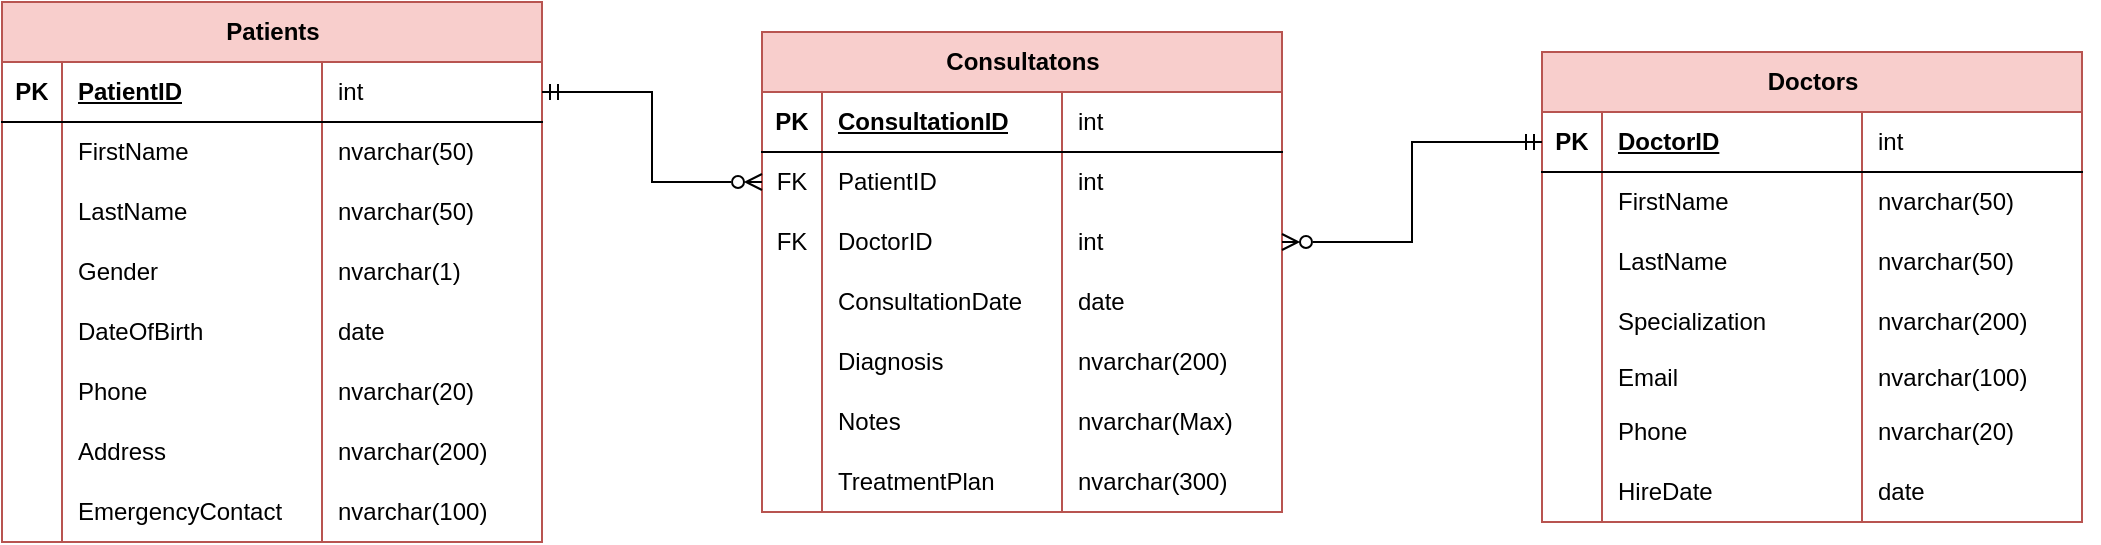
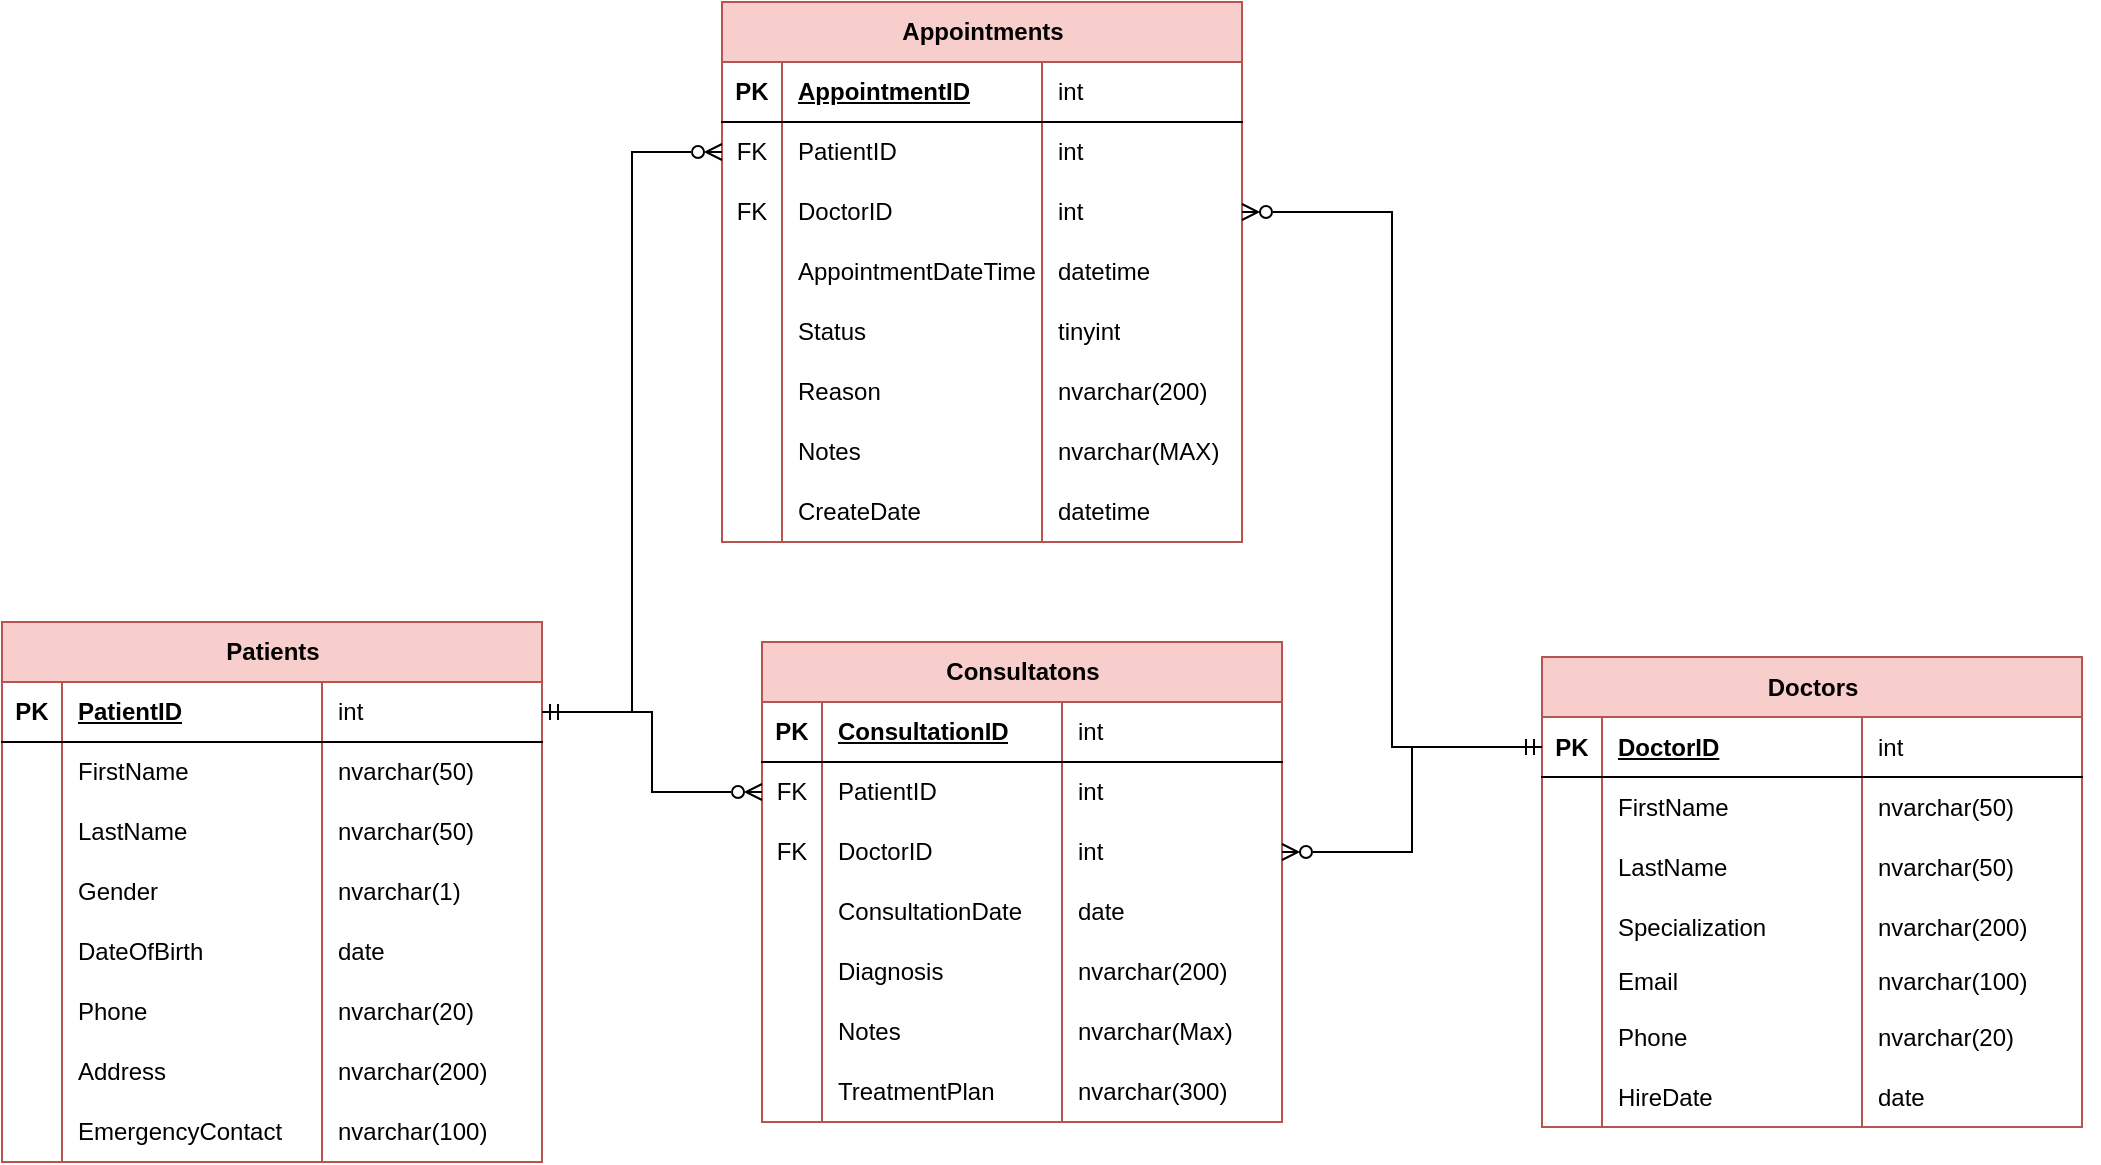
<mxfile host="Electron" agent="Mozilla/5.0 (Windows NT 10.0; Win64; x64) AppleWebKit/537.36 (KHTML, like Gecko) draw.io/26.2.15 Chrome/134.0.6998.205 Electron/35.2.1 Safari/537.36" version="26.2.15">
  <diagram name="Page-1" id="yFva1oAJzOg1S8kHQDhj">
-     <mxGraphModel dx="1358" dy="801" grid="1" gridSize="10" guides="1" tooltips="1" connect="1" arrows="1" fold="1" page="1" pageScale="1" pageWidth="1100" pageHeight="850" math="0" shadow="0">
+     <mxGraphModel dx="983" dy="1430" grid="1" gridSize="10" guides="1" tooltips="1" connect="1" arrows="1" fold="1" page="1" pageScale="1" pageWidth="1100" pageHeight="850" math="0" shadow="0">
      <root>
        <mxCell id="0" />
        <mxCell id="1" parent="0" />
        <mxCell id="ILyEDNy95jOWXQAqZEUX-17" value="Patient&lt;span style=&quot;color: light-dark(rgb(0, 0, 0), rgb(255, 255, 255)); background-color: transparent;&quot;&gt;s&lt;/span&gt;" style="shape=table;startSize=30;container=1;collapsible=1;childLayout=tableLayout;fixedRows=1;rowLines=0;fontStyle=1;align=center;resizeLast=1;html=1;labelBackgroundColor=none;fillColor=#f8cecc;strokeColor=#b85450;" parent="1" vertex="1">
-           <mxGeometry x="90" y="200" width="270" height="270" as="geometry" />
+           <mxGeometry x="90" y="230" width="270" height="270" as="geometry" />
        </mxCell>
        <mxCell id="ILyEDNy95jOWXQAqZEUX-18" value="" style="shape=tableRow;horizontal=0;startSize=0;swimlaneHead=0;swimlaneBody=0;fillColor=none;collapsible=0;dropTarget=0;points=[[0,0.5],[1,0.5]];portConstraint=eastwest;top=0;left=0;right=0;bottom=1;" parent="ILyEDNy95jOWXQAqZEUX-17" vertex="1">
          <mxGeometry y="30" width="270" height="30" as="geometry" />
        </mxCell>
        <mxCell id="ILyEDNy95jOWXQAqZEUX-19" value="PK" style="shape=partialRectangle;connectable=0;fillColor=none;top=0;left=0;bottom=0;right=0;fontStyle=1;overflow=hidden;whiteSpace=wrap;html=1;" parent="ILyEDNy95jOWXQAqZEUX-18" vertex="1">
          <mxGeometry width="30" height="30" as="geometry">
            <mxRectangle width="30" height="30" as="alternateBounds" />
          </mxGeometry>
        </mxCell>
        <mxCell id="ILyEDNy95jOWXQAqZEUX-20" value="&lt;span style=&quot;text-align: center; text-wrap-mode: nowrap;&quot;&gt;PatientID&lt;/span&gt;" style="shape=partialRectangle;connectable=0;fillColor=none;top=0;left=0;bottom=0;right=0;align=left;spacingLeft=6;fontStyle=5;overflow=hidden;whiteSpace=wrap;html=1;" parent="ILyEDNy95jOWXQAqZEUX-18" vertex="1">
          <mxGeometry x="30" width="130" height="30" as="geometry">
            <mxRectangle width="130" height="30" as="alternateBounds" />
          </mxGeometry>
        </mxCell>
        <mxCell id="ILyEDNy95jOWXQAqZEUX-21" value="int" style="shape=partialRectangle;connectable=0;fillColor=none;top=0;left=0;bottom=0;right=0;align=left;spacingLeft=6;fontStyle=0;overflow=hidden;whiteSpace=wrap;html=1;" parent="ILyEDNy95jOWXQAqZEUX-18" vertex="1">
          <mxGeometry x="160" width="110" height="30" as="geometry">
            <mxRectangle width="110" height="30" as="alternateBounds" />
          </mxGeometry>
        </mxCell>
        <mxCell id="ILyEDNy95jOWXQAqZEUX-22" value="" style="shape=tableRow;horizontal=0;startSize=0;swimlaneHead=0;swimlaneBody=0;fillColor=none;collapsible=0;dropTarget=0;points=[[0,0.5],[1,0.5]];portConstraint=eastwest;top=0;left=0;right=0;bottom=0;" parent="ILyEDNy95jOWXQAqZEUX-17" vertex="1">
          <mxGeometry y="60" width="270" height="30" as="geometry" />
        </mxCell>
        <mxCell id="ILyEDNy95jOWXQAqZEUX-23" value="" style="shape=partialRectangle;connectable=0;fillColor=none;top=0;left=0;bottom=0;right=0;editable=1;overflow=hidden;whiteSpace=wrap;html=1;" parent="ILyEDNy95jOWXQAqZEUX-22" vertex="1">
          <mxGeometry width="30" height="30" as="geometry">
            <mxRectangle width="30" height="30" as="alternateBounds" />
          </mxGeometry>
        </mxCell>
        <mxCell id="ILyEDNy95jOWXQAqZEUX-24" value="FirstName" style="shape=partialRectangle;connectable=0;fillColor=none;top=0;left=0;bottom=0;right=0;align=left;spacingLeft=6;overflow=hidden;whiteSpace=wrap;html=1;" parent="ILyEDNy95jOWXQAqZEUX-22" vertex="1">
          <mxGeometry x="30" width="130" height="30" as="geometry">
            <mxRectangle width="130" height="30" as="alternateBounds" />
          </mxGeometry>
        </mxCell>
        <mxCell id="ILyEDNy95jOWXQAqZEUX-25" value="nvarchar(50)" style="shape=partialRectangle;connectable=0;fillColor=none;top=0;left=0;bottom=0;right=0;align=left;spacingLeft=6;overflow=hidden;whiteSpace=wrap;html=1;fontStyle=0" parent="ILyEDNy95jOWXQAqZEUX-22" vertex="1">
          <mxGeometry x="160" width="110" height="30" as="geometry">
            <mxRectangle width="110" height="30" as="alternateBounds" />
          </mxGeometry>
        </mxCell>
        <mxCell id="ILyEDNy95jOWXQAqZEUX-26" value="" style="shape=tableRow;horizontal=0;startSize=0;swimlaneHead=0;swimlaneBody=0;fillColor=none;collapsible=0;dropTarget=0;points=[[0,0.5],[1,0.5]];portConstraint=eastwest;top=0;left=0;right=0;bottom=0;" parent="ILyEDNy95jOWXQAqZEUX-17" vertex="1">
          <mxGeometry y="90" width="270" height="30" as="geometry" />
        </mxCell>
        <mxCell id="ILyEDNy95jOWXQAqZEUX-27" value="" style="shape=partialRectangle;connectable=0;fillColor=none;top=0;left=0;bottom=0;right=0;editable=1;overflow=hidden;whiteSpace=wrap;html=1;" parent="ILyEDNy95jOWXQAqZEUX-26" vertex="1">
          <mxGeometry width="30" height="30" as="geometry">
            <mxRectangle width="30" height="30" as="alternateBounds" />
          </mxGeometry>
        </mxCell>
        <mxCell id="ILyEDNy95jOWXQAqZEUX-28" value="LastName" style="shape=partialRectangle;connectable=0;fillColor=none;top=0;left=0;bottom=0;right=0;align=left;spacingLeft=6;overflow=hidden;whiteSpace=wrap;html=1;" parent="ILyEDNy95jOWXQAqZEUX-26" vertex="1">
          <mxGeometry x="30" width="130" height="30" as="geometry">
            <mxRectangle width="130" height="30" as="alternateBounds" />
          </mxGeometry>
        </mxCell>
        <mxCell id="ILyEDNy95jOWXQAqZEUX-29" value="nvarchar(50)" style="shape=partialRectangle;connectable=0;fillColor=none;top=0;left=0;bottom=0;right=0;align=left;spacingLeft=6;overflow=hidden;whiteSpace=wrap;html=1;fontStyle=0" parent="ILyEDNy95jOWXQAqZEUX-26" vertex="1">
          <mxGeometry x="160" width="110" height="30" as="geometry">
            <mxRectangle width="110" height="30" as="alternateBounds" />
          </mxGeometry>
        </mxCell>
        <mxCell id="ILyEDNy95jOWXQAqZEUX-30" value="" style="shape=tableRow;horizontal=0;startSize=0;swimlaneHead=0;swimlaneBody=0;fillColor=none;collapsible=0;dropTarget=0;points=[[0,0.5],[1,0.5]];portConstraint=eastwest;top=0;left=0;right=0;bottom=0;" parent="ILyEDNy95jOWXQAqZEUX-17" vertex="1">
          <mxGeometry y="120" width="270" height="30" as="geometry" />
        </mxCell>
        <mxCell id="ILyEDNy95jOWXQAqZEUX-31" value="" style="shape=partialRectangle;connectable=0;fillColor=none;top=0;left=0;bottom=0;right=0;editable=1;overflow=hidden;whiteSpace=wrap;html=1;" parent="ILyEDNy95jOWXQAqZEUX-30" vertex="1">
          <mxGeometry width="30" height="30" as="geometry">
            <mxRectangle width="30" height="30" as="alternateBounds" />
          </mxGeometry>
        </mxCell>
        <mxCell id="ILyEDNy95jOWXQAqZEUX-32" value="Gender" style="shape=partialRectangle;connectable=0;fillColor=none;top=0;left=0;bottom=0;right=0;align=left;spacingLeft=6;overflow=hidden;whiteSpace=wrap;html=1;" parent="ILyEDNy95jOWXQAqZEUX-30" vertex="1">
          <mxGeometry x="30" width="130" height="30" as="geometry">
            <mxRectangle width="130" height="30" as="alternateBounds" />
          </mxGeometry>
        </mxCell>
        <mxCell id="ILyEDNy95jOWXQAqZEUX-33" value="nvarchar(1)" style="shape=partialRectangle;connectable=0;fillColor=none;top=0;left=0;bottom=0;right=0;align=left;spacingLeft=6;overflow=hidden;whiteSpace=wrap;html=1;fontStyle=0" parent="ILyEDNy95jOWXQAqZEUX-30" vertex="1">
          <mxGeometry x="160" width="110" height="30" as="geometry">
            <mxRectangle width="110" height="30" as="alternateBounds" />
          </mxGeometry>
        </mxCell>
        <mxCell id="ILyEDNy95jOWXQAqZEUX-43" style="shape=tableRow;horizontal=0;startSize=0;swimlaneHead=0;swimlaneBody=0;fillColor=none;collapsible=0;dropTarget=0;points=[[0,0.5],[1,0.5]];portConstraint=eastwest;top=0;left=0;right=0;bottom=0;" parent="ILyEDNy95jOWXQAqZEUX-17" vertex="1">
          <mxGeometry y="150" width="270" height="30" as="geometry" />
        </mxCell>
        <mxCell id="ILyEDNy95jOWXQAqZEUX-44" style="shape=partialRectangle;connectable=0;fillColor=none;top=0;left=0;bottom=0;right=0;editable=1;overflow=hidden;whiteSpace=wrap;html=1;" parent="ILyEDNy95jOWXQAqZEUX-43" vertex="1">
          <mxGeometry width="30" height="30" as="geometry">
            <mxRectangle width="30" height="30" as="alternateBounds" />
          </mxGeometry>
        </mxCell>
        <mxCell id="ILyEDNy95jOWXQAqZEUX-45" value="DateOfBirth" style="shape=partialRectangle;connectable=0;fillColor=none;top=0;left=0;bottom=0;right=0;align=left;spacingLeft=6;overflow=hidden;whiteSpace=wrap;html=1;" parent="ILyEDNy95jOWXQAqZEUX-43" vertex="1">
          <mxGeometry x="30" width="130" height="30" as="geometry">
            <mxRectangle width="130" height="30" as="alternateBounds" />
          </mxGeometry>
        </mxCell>
        <mxCell id="ILyEDNy95jOWXQAqZEUX-46" value="date" style="shape=partialRectangle;connectable=0;fillColor=none;top=0;left=0;bottom=0;right=0;align=left;spacingLeft=6;overflow=hidden;whiteSpace=wrap;html=1;fontStyle=0" parent="ILyEDNy95jOWXQAqZEUX-43" vertex="1">
          <mxGeometry x="160" width="110" height="30" as="geometry">
            <mxRectangle width="110" height="30" as="alternateBounds" />
          </mxGeometry>
        </mxCell>
        <mxCell id="ILyEDNy95jOWXQAqZEUX-39" style="shape=tableRow;horizontal=0;startSize=0;swimlaneHead=0;swimlaneBody=0;fillColor=none;collapsible=0;dropTarget=0;points=[[0,0.5],[1,0.5]];portConstraint=eastwest;top=0;left=0;right=0;bottom=0;" parent="ILyEDNy95jOWXQAqZEUX-17" vertex="1">
          <mxGeometry y="180" width="270" height="30" as="geometry" />
        </mxCell>
        <mxCell id="ILyEDNy95jOWXQAqZEUX-40" style="shape=partialRectangle;connectable=0;fillColor=none;top=0;left=0;bottom=0;right=0;editable=1;overflow=hidden;whiteSpace=wrap;html=1;" parent="ILyEDNy95jOWXQAqZEUX-39" vertex="1">
          <mxGeometry width="30" height="30" as="geometry">
            <mxRectangle width="30" height="30" as="alternateBounds" />
          </mxGeometry>
        </mxCell>
        <mxCell id="ILyEDNy95jOWXQAqZEUX-41" value="Phone" style="shape=partialRectangle;connectable=0;fillColor=none;top=0;left=0;bottom=0;right=0;align=left;spacingLeft=6;overflow=hidden;whiteSpace=wrap;html=1;" parent="ILyEDNy95jOWXQAqZEUX-39" vertex="1">
          <mxGeometry x="30" width="130" height="30" as="geometry">
            <mxRectangle width="130" height="30" as="alternateBounds" />
          </mxGeometry>
        </mxCell>
        <mxCell id="ILyEDNy95jOWXQAqZEUX-42" value="nvarchar(20)" style="shape=partialRectangle;connectable=0;fillColor=none;top=0;left=0;bottom=0;right=0;align=left;spacingLeft=6;overflow=hidden;whiteSpace=wrap;html=1;fontStyle=0" parent="ILyEDNy95jOWXQAqZEUX-39" vertex="1">
          <mxGeometry x="160" width="110" height="30" as="geometry">
            <mxRectangle width="110" height="30" as="alternateBounds" />
          </mxGeometry>
        </mxCell>
        <mxCell id="ILyEDNy95jOWXQAqZEUX-35" style="shape=tableRow;horizontal=0;startSize=0;swimlaneHead=0;swimlaneBody=0;fillColor=none;collapsible=0;dropTarget=0;points=[[0,0.5],[1,0.5]];portConstraint=eastwest;top=0;left=0;right=0;bottom=0;" parent="ILyEDNy95jOWXQAqZEUX-17" vertex="1">
          <mxGeometry y="210" width="270" height="30" as="geometry" />
        </mxCell>
        <mxCell id="ILyEDNy95jOWXQAqZEUX-36" style="shape=partialRectangle;connectable=0;fillColor=none;top=0;left=0;bottom=0;right=0;editable=1;overflow=hidden;whiteSpace=wrap;html=1;" parent="ILyEDNy95jOWXQAqZEUX-35" vertex="1">
          <mxGeometry width="30" height="30" as="geometry">
            <mxRectangle width="30" height="30" as="alternateBounds" />
          </mxGeometry>
        </mxCell>
        <mxCell id="ILyEDNy95jOWXQAqZEUX-37" value="Address" style="shape=partialRectangle;connectable=0;fillColor=none;top=0;left=0;bottom=0;right=0;align=left;spacingLeft=6;overflow=hidden;whiteSpace=wrap;html=1;" parent="ILyEDNy95jOWXQAqZEUX-35" vertex="1">
          <mxGeometry x="30" width="130" height="30" as="geometry">
            <mxRectangle width="130" height="30" as="alternateBounds" />
          </mxGeometry>
        </mxCell>
        <mxCell id="ILyEDNy95jOWXQAqZEUX-38" value="nvarchar(200)" style="shape=partialRectangle;connectable=0;fillColor=none;top=0;left=0;bottom=0;right=0;align=left;spacingLeft=6;overflow=hidden;whiteSpace=wrap;html=1;fontStyle=0" parent="ILyEDNy95jOWXQAqZEUX-35" vertex="1">
          <mxGeometry x="160" width="110" height="30" as="geometry">
            <mxRectangle width="110" height="30" as="alternateBounds" />
          </mxGeometry>
        </mxCell>
        <mxCell id="ILyEDNy95jOWXQAqZEUX-47" style="shape=tableRow;horizontal=0;startSize=0;swimlaneHead=0;swimlaneBody=0;fillColor=none;collapsible=0;dropTarget=0;points=[[0,0.5],[1,0.5]];portConstraint=eastwest;top=0;left=0;right=0;bottom=0;" parent="ILyEDNy95jOWXQAqZEUX-17" vertex="1">
          <mxGeometry y="240" width="270" height="30" as="geometry" />
        </mxCell>
        <mxCell id="ILyEDNy95jOWXQAqZEUX-48" style="shape=partialRectangle;connectable=0;fillColor=none;top=0;left=0;bottom=0;right=0;editable=1;overflow=hidden;whiteSpace=wrap;html=1;" parent="ILyEDNy95jOWXQAqZEUX-47" vertex="1">
          <mxGeometry width="30" height="30" as="geometry">
            <mxRectangle width="30" height="30" as="alternateBounds" />
          </mxGeometry>
        </mxCell>
        <mxCell id="ILyEDNy95jOWXQAqZEUX-49" value="EmergencyContact" style="shape=partialRectangle;connectable=0;fillColor=none;top=0;left=0;bottom=0;right=0;align=left;spacingLeft=6;overflow=hidden;whiteSpace=wrap;html=1;" parent="ILyEDNy95jOWXQAqZEUX-47" vertex="1">
          <mxGeometry x="30" width="130" height="30" as="geometry">
            <mxRectangle width="130" height="30" as="alternateBounds" />
          </mxGeometry>
        </mxCell>
        <mxCell id="ILyEDNy95jOWXQAqZEUX-50" value="nvarchar(100)" style="shape=partialRectangle;connectable=0;fillColor=none;top=0;left=0;bottom=0;right=0;align=left;spacingLeft=6;overflow=hidden;whiteSpace=wrap;html=1;fontStyle=0" parent="ILyEDNy95jOWXQAqZEUX-47" vertex="1">
          <mxGeometry x="160" width="110" height="30" as="geometry">
            <mxRectangle width="110" height="30" as="alternateBounds" />
          </mxGeometry>
        </mxCell>
        <mxCell id="ILyEDNy95jOWXQAqZEUX-34" style="edgeStyle=orthogonalEdgeStyle;curved=1;rounded=0;orthogonalLoop=1;jettySize=auto;html=1;exitX=1;exitY=0.5;exitDx=0;exitDy=0;" parent="ILyEDNy95jOWXQAqZEUX-17" source="ILyEDNy95jOWXQAqZEUX-22" target="ILyEDNy95jOWXQAqZEUX-22" edge="1">
          <mxGeometry relative="1" as="geometry" />
        </mxCell>
        <mxCell id="iGPZL47u9nIEh27nGRH2-1" value="Doctors" style="shape=table;startSize=30;container=1;collapsible=1;childLayout=tableLayout;fixedRows=1;rowLines=0;fontStyle=1;align=center;resizeLast=1;html=1;labelBackgroundColor=none;fillColor=#f8cecc;strokeColor=#b85450;" parent="1" vertex="1">
-           <mxGeometry x="860" y="225" width="270" height="235" as="geometry" />
+           <mxGeometry x="860" y="247.5" width="270" height="235" as="geometry" />
        </mxCell>
        <mxCell id="iGPZL47u9nIEh27nGRH2-2" value="" style="shape=tableRow;horizontal=0;startSize=0;swimlaneHead=0;swimlaneBody=0;fillColor=none;collapsible=0;dropTarget=0;points=[[0,0.5],[1,0.5]];portConstraint=eastwest;top=0;left=0;right=0;bottom=1;" parent="iGPZL47u9nIEh27nGRH2-1" vertex="1">
          <mxGeometry y="30" width="270" height="30" as="geometry" />
        </mxCell>
        <mxCell id="iGPZL47u9nIEh27nGRH2-3" value="PK" style="shape=partialRectangle;connectable=0;fillColor=none;top=0;left=0;bottom=0;right=0;fontStyle=1;overflow=hidden;whiteSpace=wrap;html=1;" parent="iGPZL47u9nIEh27nGRH2-2" vertex="1">
          <mxGeometry width="30" height="30" as="geometry">
            <mxRectangle width="30" height="30" as="alternateBounds" />
          </mxGeometry>
        </mxCell>
        <mxCell id="iGPZL47u9nIEh27nGRH2-4" value="DoctorID" style="shape=partialRectangle;connectable=0;fillColor=none;top=0;left=0;bottom=0;right=0;align=left;spacingLeft=6;fontStyle=5;overflow=hidden;whiteSpace=wrap;html=1;" parent="iGPZL47u9nIEh27nGRH2-2" vertex="1">
          <mxGeometry x="30" width="130" height="30" as="geometry">
            <mxRectangle width="130" height="30" as="alternateBounds" />
          </mxGeometry>
        </mxCell>
        <mxCell id="iGPZL47u9nIEh27nGRH2-5" value="int" style="shape=partialRectangle;connectable=0;fillColor=none;top=0;left=0;bottom=0;right=0;align=left;spacingLeft=6;fontStyle=0;overflow=hidden;whiteSpace=wrap;html=1;" parent="iGPZL47u9nIEh27nGRH2-2" vertex="1">
          <mxGeometry x="160" width="110" height="30" as="geometry">
            <mxRectangle width="110" height="30" as="alternateBounds" />
          </mxGeometry>
        </mxCell>
        <mxCell id="iGPZL47u9nIEh27nGRH2-6" value="" style="shape=tableRow;horizontal=0;startSize=0;swimlaneHead=0;swimlaneBody=0;fillColor=none;collapsible=0;dropTarget=0;points=[[0,0.5],[1,0.5]];portConstraint=eastwest;top=0;left=0;right=0;bottom=0;" parent="iGPZL47u9nIEh27nGRH2-1" vertex="1">
          <mxGeometry y="60" width="270" height="30" as="geometry" />
        </mxCell>
        <mxCell id="iGPZL47u9nIEh27nGRH2-7" value="" style="shape=partialRectangle;connectable=0;fillColor=none;top=0;left=0;bottom=0;right=0;editable=1;overflow=hidden;whiteSpace=wrap;html=1;" parent="iGPZL47u9nIEh27nGRH2-6" vertex="1">
          <mxGeometry width="30" height="30" as="geometry">
            <mxRectangle width="30" height="30" as="alternateBounds" />
          </mxGeometry>
        </mxCell>
        <mxCell id="iGPZL47u9nIEh27nGRH2-8" value="FirstName" style="shape=partialRectangle;connectable=0;fillColor=none;top=0;left=0;bottom=0;right=0;align=left;spacingLeft=6;overflow=hidden;whiteSpace=wrap;html=1;" parent="iGPZL47u9nIEh27nGRH2-6" vertex="1">
          <mxGeometry x="30" width="130" height="30" as="geometry">
            <mxRectangle width="130" height="30" as="alternateBounds" />
          </mxGeometry>
        </mxCell>
        <mxCell id="iGPZL47u9nIEh27nGRH2-9" value="nvarchar(50)" style="shape=partialRectangle;connectable=0;fillColor=none;top=0;left=0;bottom=0;right=0;align=left;spacingLeft=6;overflow=hidden;whiteSpace=wrap;html=1;fontStyle=0" parent="iGPZL47u9nIEh27nGRH2-6" vertex="1">
          <mxGeometry x="160" width="110" height="30" as="geometry">
            <mxRectangle width="110" height="30" as="alternateBounds" />
          </mxGeometry>
        </mxCell>
        <mxCell id="iGPZL47u9nIEh27nGRH2-10" value="" style="shape=tableRow;horizontal=0;startSize=0;swimlaneHead=0;swimlaneBody=0;fillColor=none;collapsible=0;dropTarget=0;points=[[0,0.5],[1,0.5]];portConstraint=eastwest;top=0;left=0;right=0;bottom=0;" parent="iGPZL47u9nIEh27nGRH2-1" vertex="1">
          <mxGeometry y="90" width="270" height="30" as="geometry" />
        </mxCell>
        <mxCell id="iGPZL47u9nIEh27nGRH2-11" value="" style="shape=partialRectangle;connectable=0;fillColor=none;top=0;left=0;bottom=0;right=0;editable=1;overflow=hidden;whiteSpace=wrap;html=1;" parent="iGPZL47u9nIEh27nGRH2-10" vertex="1">
          <mxGeometry width="30" height="30" as="geometry">
            <mxRectangle width="30" height="30" as="alternateBounds" />
          </mxGeometry>
        </mxCell>
        <mxCell id="iGPZL47u9nIEh27nGRH2-12" value="LastName" style="shape=partialRectangle;connectable=0;fillColor=none;top=0;left=0;bottom=0;right=0;align=left;spacingLeft=6;overflow=hidden;whiteSpace=wrap;html=1;" parent="iGPZL47u9nIEh27nGRH2-10" vertex="1">
          <mxGeometry x="30" width="130" height="30" as="geometry">
            <mxRectangle width="130" height="30" as="alternateBounds" />
          </mxGeometry>
        </mxCell>
        <mxCell id="iGPZL47u9nIEh27nGRH2-13" value="nvarchar(50)" style="shape=partialRectangle;connectable=0;fillColor=none;top=0;left=0;bottom=0;right=0;align=left;spacingLeft=6;overflow=hidden;whiteSpace=wrap;html=1;fontStyle=0" parent="iGPZL47u9nIEh27nGRH2-10" vertex="1">
          <mxGeometry x="160" width="110" height="30" as="geometry">
            <mxRectangle width="110" height="30" as="alternateBounds" />
          </mxGeometry>
        </mxCell>
        <mxCell id="iGPZL47u9nIEh27nGRH2-43" style="shape=tableRow;horizontal=0;startSize=0;swimlaneHead=0;swimlaneBody=0;fillColor=none;collapsible=0;dropTarget=0;points=[[0,0.5],[1,0.5]];portConstraint=eastwest;top=0;left=0;right=0;bottom=0;" parent="iGPZL47u9nIEh27nGRH2-1" vertex="1">
          <mxGeometry y="120" width="270" height="30" as="geometry" />
        </mxCell>
        <mxCell id="iGPZL47u9nIEh27nGRH2-44" style="shape=partialRectangle;connectable=0;fillColor=none;top=0;left=0;bottom=0;right=0;editable=1;overflow=hidden;whiteSpace=wrap;html=1;" parent="iGPZL47u9nIEh27nGRH2-43" vertex="1">
          <mxGeometry width="30" height="30" as="geometry">
            <mxRectangle width="30" height="30" as="alternateBounds" />
          </mxGeometry>
        </mxCell>
        <mxCell id="iGPZL47u9nIEh27nGRH2-45" value="Specialization" style="shape=partialRectangle;connectable=0;fillColor=none;top=0;left=0;bottom=0;right=0;align=left;spacingLeft=6;overflow=hidden;whiteSpace=wrap;html=1;" parent="iGPZL47u9nIEh27nGRH2-43" vertex="1">
          <mxGeometry x="30" width="130" height="30" as="geometry">
            <mxRectangle width="130" height="30" as="alternateBounds" />
          </mxGeometry>
        </mxCell>
        <mxCell id="iGPZL47u9nIEh27nGRH2-46" value="nvarchar(200)" style="shape=partialRectangle;connectable=0;fillColor=none;top=0;left=0;bottom=0;right=0;align=left;spacingLeft=6;overflow=hidden;whiteSpace=wrap;html=1;fontStyle=0" parent="iGPZL47u9nIEh27nGRH2-43" vertex="1">
          <mxGeometry x="160" width="110" height="30" as="geometry">
            <mxRectangle width="110" height="30" as="alternateBounds" />
          </mxGeometry>
        </mxCell>
        <mxCell id="iGPZL47u9nIEh27nGRH2-39" style="shape=tableRow;horizontal=0;startSize=0;swimlaneHead=0;swimlaneBody=0;fillColor=none;collapsible=0;dropTarget=0;points=[[0,0.5],[1,0.5]];portConstraint=eastwest;top=0;left=0;right=0;bottom=0;" parent="iGPZL47u9nIEh27nGRH2-1" vertex="1">
          <mxGeometry y="150" width="270" height="25" as="geometry" />
        </mxCell>
        <mxCell id="iGPZL47u9nIEh27nGRH2-40" style="shape=partialRectangle;connectable=0;fillColor=none;top=0;left=0;bottom=0;right=0;editable=1;overflow=hidden;whiteSpace=wrap;html=1;" parent="iGPZL47u9nIEh27nGRH2-39" vertex="1">
          <mxGeometry width="30" height="25" as="geometry">
            <mxRectangle width="30" height="25" as="alternateBounds" />
          </mxGeometry>
        </mxCell>
        <mxCell id="iGPZL47u9nIEh27nGRH2-41" value="Email" style="shape=partialRectangle;connectable=0;fillColor=none;top=0;left=0;bottom=0;right=0;align=left;spacingLeft=6;overflow=hidden;whiteSpace=wrap;html=1;" parent="iGPZL47u9nIEh27nGRH2-39" vertex="1">
          <mxGeometry x="30" width="130" height="25" as="geometry">
            <mxRectangle width="130" height="25" as="alternateBounds" />
          </mxGeometry>
        </mxCell>
        <mxCell id="iGPZL47u9nIEh27nGRH2-42" value="nvarchar(100)" style="shape=partialRectangle;connectable=0;fillColor=none;top=0;left=0;bottom=0;right=0;align=left;spacingLeft=6;overflow=hidden;whiteSpace=wrap;html=1;fontStyle=0" parent="iGPZL47u9nIEh27nGRH2-39" vertex="1">
          <mxGeometry x="160" width="110" height="25" as="geometry">
            <mxRectangle width="110" height="25" as="alternateBounds" />
          </mxGeometry>
        </mxCell>
        <mxCell id="iGPZL47u9nIEh27nGRH2-22" style="shape=tableRow;horizontal=0;startSize=0;swimlaneHead=0;swimlaneBody=0;fillColor=none;collapsible=0;dropTarget=0;points=[[0,0.5],[1,0.5]];portConstraint=eastwest;top=0;left=0;right=0;bottom=0;" parent="iGPZL47u9nIEh27nGRH2-1" vertex="1">
          <mxGeometry y="175" width="270" height="30" as="geometry" />
        </mxCell>
        <mxCell id="iGPZL47u9nIEh27nGRH2-23" style="shape=partialRectangle;connectable=0;fillColor=none;top=0;left=0;bottom=0;right=0;editable=1;overflow=hidden;whiteSpace=wrap;html=1;" parent="iGPZL47u9nIEh27nGRH2-22" vertex="1">
          <mxGeometry width="30" height="30" as="geometry">
            <mxRectangle width="30" height="30" as="alternateBounds" />
          </mxGeometry>
        </mxCell>
        <mxCell id="iGPZL47u9nIEh27nGRH2-24" value="Phone" style="shape=partialRectangle;connectable=0;fillColor=none;top=0;left=0;bottom=0;right=0;align=left;spacingLeft=6;overflow=hidden;whiteSpace=wrap;html=1;" parent="iGPZL47u9nIEh27nGRH2-22" vertex="1">
          <mxGeometry x="30" width="130" height="30" as="geometry">
            <mxRectangle width="130" height="30" as="alternateBounds" />
          </mxGeometry>
        </mxCell>
        <mxCell id="iGPZL47u9nIEh27nGRH2-25" value="nvarchar(20)" style="shape=partialRectangle;connectable=0;fillColor=none;top=0;left=0;bottom=0;right=0;align=left;spacingLeft=6;overflow=hidden;whiteSpace=wrap;html=1;fontStyle=0" parent="iGPZL47u9nIEh27nGRH2-22" vertex="1">
          <mxGeometry x="160" width="110" height="30" as="geometry">
            <mxRectangle width="110" height="30" as="alternateBounds" />
          </mxGeometry>
        </mxCell>
        <mxCell id="iGPZL47u9nIEh27nGRH2-30" style="shape=tableRow;horizontal=0;startSize=0;swimlaneHead=0;swimlaneBody=0;fillColor=none;collapsible=0;dropTarget=0;points=[[0,0.5],[1,0.5]];portConstraint=eastwest;top=0;left=0;right=0;bottom=0;" parent="iGPZL47u9nIEh27nGRH2-1" vertex="1">
          <mxGeometry y="205" width="270" height="30" as="geometry" />
        </mxCell>
        <mxCell id="iGPZL47u9nIEh27nGRH2-31" style="shape=partialRectangle;connectable=0;fillColor=none;top=0;left=0;bottom=0;right=0;editable=1;overflow=hidden;whiteSpace=wrap;html=1;" parent="iGPZL47u9nIEh27nGRH2-30" vertex="1">
          <mxGeometry width="30" height="30" as="geometry">
            <mxRectangle width="30" height="30" as="alternateBounds" />
          </mxGeometry>
        </mxCell>
        <mxCell id="iGPZL47u9nIEh27nGRH2-32" value="HireDate" style="shape=partialRectangle;connectable=0;fillColor=none;top=0;left=0;bottom=0;right=0;align=left;spacingLeft=6;overflow=hidden;whiteSpace=wrap;html=1;" parent="iGPZL47u9nIEh27nGRH2-30" vertex="1">
          <mxGeometry x="30" width="130" height="30" as="geometry">
            <mxRectangle width="130" height="30" as="alternateBounds" />
          </mxGeometry>
        </mxCell>
        <mxCell id="iGPZL47u9nIEh27nGRH2-33" value="date" style="shape=partialRectangle;connectable=0;fillColor=none;top=0;left=0;bottom=0;right=0;align=left;spacingLeft=6;overflow=hidden;whiteSpace=wrap;html=1;fontStyle=0" parent="iGPZL47u9nIEh27nGRH2-30" vertex="1">
          <mxGeometry x="160" width="110" height="30" as="geometry">
            <mxRectangle width="110" height="30" as="alternateBounds" />
          </mxGeometry>
        </mxCell>
        <mxCell id="iGPZL47u9nIEh27nGRH2-34" style="edgeStyle=orthogonalEdgeStyle;curved=1;rounded=0;orthogonalLoop=1;jettySize=auto;html=1;exitX=1;exitY=0.5;exitDx=0;exitDy=0;" parent="iGPZL47u9nIEh27nGRH2-1" source="iGPZL47u9nIEh27nGRH2-6" target="iGPZL47u9nIEh27nGRH2-6" edge="1">
          <mxGeometry relative="1" as="geometry" />
        </mxCell>
        <mxCell id="iGPZL47u9nIEh27nGRH2-63" value="Consultatons" style="shape=table;startSize=30;container=1;collapsible=1;childLayout=tableLayout;fixedRows=1;rowLines=0;fontStyle=1;align=center;resizeLast=1;html=1;labelBackgroundColor=none;fillColor=#f8cecc;strokeColor=#b85450;" parent="1" vertex="1">
-           <mxGeometry x="470" y="215" width="260" height="240" as="geometry" />
+           <mxGeometry x="470" y="240" width="260" height="240" as="geometry" />
        </mxCell>
        <mxCell id="iGPZL47u9nIEh27nGRH2-64" value="" style="shape=tableRow;horizontal=0;startSize=0;swimlaneHead=0;swimlaneBody=0;fillColor=none;collapsible=0;dropTarget=0;points=[[0,0.5],[1,0.5]];portConstraint=eastwest;top=0;left=0;right=0;bottom=1;" parent="iGPZL47u9nIEh27nGRH2-63" vertex="1">
          <mxGeometry y="30" width="260" height="30" as="geometry" />
        </mxCell>
        <mxCell id="iGPZL47u9nIEh27nGRH2-65" value="PK" style="shape=partialRectangle;connectable=0;fillColor=none;top=0;left=0;bottom=0;right=0;fontStyle=1;overflow=hidden;whiteSpace=wrap;html=1;" parent="iGPZL47u9nIEh27nGRH2-64" vertex="1">
          <mxGeometry width="30" height="30" as="geometry">
            <mxRectangle width="30" height="30" as="alternateBounds" />
          </mxGeometry>
        </mxCell>
        <mxCell id="iGPZL47u9nIEh27nGRH2-66" value="ConsultationID" style="shape=partialRectangle;connectable=0;fillColor=none;top=0;left=0;bottom=0;right=0;align=left;spacingLeft=6;fontStyle=5;overflow=hidden;whiteSpace=wrap;html=1;" parent="iGPZL47u9nIEh27nGRH2-64" vertex="1">
          <mxGeometry x="30" width="120" height="30" as="geometry">
            <mxRectangle width="120" height="30" as="alternateBounds" />
          </mxGeometry>
        </mxCell>
        <mxCell id="iGPZL47u9nIEh27nGRH2-67" value="int" style="shape=partialRectangle;connectable=0;fillColor=none;top=0;left=0;bottom=0;right=0;align=left;spacingLeft=6;fontStyle=0;overflow=hidden;whiteSpace=wrap;html=1;" parent="iGPZL47u9nIEh27nGRH2-64" vertex="1">
          <mxGeometry x="150" width="110" height="30" as="geometry">
            <mxRectangle width="110" height="30" as="alternateBounds" />
          </mxGeometry>
        </mxCell>
        <mxCell id="iGPZL47u9nIEh27nGRH2-68" value="" style="shape=tableRow;horizontal=0;startSize=0;swimlaneHead=0;swimlaneBody=0;fillColor=none;collapsible=0;dropTarget=0;points=[[0,0.5],[1,0.5]];portConstraint=eastwest;top=0;left=0;right=0;bottom=0;" parent="iGPZL47u9nIEh27nGRH2-63" vertex="1">
          <mxGeometry y="60" width="260" height="30" as="geometry" />
        </mxCell>
        <mxCell id="iGPZL47u9nIEh27nGRH2-69" value="FK" style="shape=partialRectangle;connectable=0;fillColor=none;top=0;left=0;bottom=0;right=0;editable=1;overflow=hidden;whiteSpace=wrap;html=1;" parent="iGPZL47u9nIEh27nGRH2-68" vertex="1">
          <mxGeometry width="30" height="30" as="geometry">
            <mxRectangle width="30" height="30" as="alternateBounds" />
          </mxGeometry>
        </mxCell>
        <mxCell id="iGPZL47u9nIEh27nGRH2-70" value="PatientID" style="shape=partialRectangle;connectable=0;fillColor=none;top=0;left=0;bottom=0;right=0;align=left;spacingLeft=6;overflow=hidden;whiteSpace=wrap;html=1;" parent="iGPZL47u9nIEh27nGRH2-68" vertex="1">
          <mxGeometry x="30" width="120" height="30" as="geometry">
            <mxRectangle width="120" height="30" as="alternateBounds" />
          </mxGeometry>
        </mxCell>
        <mxCell id="iGPZL47u9nIEh27nGRH2-71" value="int" style="shape=partialRectangle;connectable=0;fillColor=none;top=0;left=0;bottom=0;right=0;align=left;spacingLeft=6;overflow=hidden;whiteSpace=wrap;html=1;fontStyle=0" parent="iGPZL47u9nIEh27nGRH2-68" vertex="1">
          <mxGeometry x="150" width="110" height="30" as="geometry">
            <mxRectangle width="110" height="30" as="alternateBounds" />
          </mxGeometry>
        </mxCell>
        <mxCell id="iGPZL47u9nIEh27nGRH2-72" value="" style="shape=tableRow;horizontal=0;startSize=0;swimlaneHead=0;swimlaneBody=0;fillColor=none;collapsible=0;dropTarget=0;points=[[0,0.5],[1,0.5]];portConstraint=eastwest;top=0;left=0;right=0;bottom=0;" parent="iGPZL47u9nIEh27nGRH2-63" vertex="1">
          <mxGeometry y="90" width="260" height="30" as="geometry" />
        </mxCell>
        <mxCell id="iGPZL47u9nIEh27nGRH2-73" value="FK" style="shape=partialRectangle;connectable=0;fillColor=none;top=0;left=0;bottom=0;right=0;editable=1;overflow=hidden;whiteSpace=wrap;html=1;" parent="iGPZL47u9nIEh27nGRH2-72" vertex="1">
          <mxGeometry width="30" height="30" as="geometry">
            <mxRectangle width="30" height="30" as="alternateBounds" />
          </mxGeometry>
        </mxCell>
        <mxCell id="iGPZL47u9nIEh27nGRH2-74" value="DoctorID" style="shape=partialRectangle;connectable=0;fillColor=none;top=0;left=0;bottom=0;right=0;align=left;spacingLeft=6;overflow=hidden;whiteSpace=wrap;html=1;" parent="iGPZL47u9nIEh27nGRH2-72" vertex="1">
          <mxGeometry x="30" width="120" height="30" as="geometry">
            <mxRectangle width="120" height="30" as="alternateBounds" />
          </mxGeometry>
        </mxCell>
        <mxCell id="iGPZL47u9nIEh27nGRH2-75" value="int" style="shape=partialRectangle;connectable=0;fillColor=none;top=0;left=0;bottom=0;right=0;align=left;spacingLeft=6;overflow=hidden;whiteSpace=wrap;html=1;fontStyle=0" parent="iGPZL47u9nIEh27nGRH2-72" vertex="1">
          <mxGeometry x="150" width="110" height="30" as="geometry">
            <mxRectangle width="110" height="30" as="alternateBounds" />
          </mxGeometry>
        </mxCell>
        <mxCell id="iGPZL47u9nIEh27nGRH2-76" value="" style="shape=tableRow;horizontal=0;startSize=0;swimlaneHead=0;swimlaneBody=0;fillColor=none;collapsible=0;dropTarget=0;points=[[0,0.5],[1,0.5]];portConstraint=eastwest;top=0;left=0;right=0;bottom=0;" parent="iGPZL47u9nIEh27nGRH2-63" vertex="1">
          <mxGeometry y="120" width="260" height="30" as="geometry" />
        </mxCell>
        <mxCell id="iGPZL47u9nIEh27nGRH2-77" value="" style="shape=partialRectangle;connectable=0;fillColor=none;top=0;left=0;bottom=0;right=0;editable=1;overflow=hidden;whiteSpace=wrap;html=1;" parent="iGPZL47u9nIEh27nGRH2-76" vertex="1">
          <mxGeometry width="30" height="30" as="geometry">
            <mxRectangle width="30" height="30" as="alternateBounds" />
          </mxGeometry>
        </mxCell>
        <mxCell id="iGPZL47u9nIEh27nGRH2-78" value="ConsultationDate" style="shape=partialRectangle;connectable=0;fillColor=none;top=0;left=0;bottom=0;right=0;align=left;spacingLeft=6;overflow=hidden;whiteSpace=wrap;html=1;" parent="iGPZL47u9nIEh27nGRH2-76" vertex="1">
          <mxGeometry x="30" width="120" height="30" as="geometry">
            <mxRectangle width="120" height="30" as="alternateBounds" />
          </mxGeometry>
        </mxCell>
        <mxCell id="iGPZL47u9nIEh27nGRH2-79" value="date" style="shape=partialRectangle;connectable=0;fillColor=none;top=0;left=0;bottom=0;right=0;align=left;spacingLeft=6;overflow=hidden;whiteSpace=wrap;html=1;fontStyle=0" parent="iGPZL47u9nIEh27nGRH2-76" vertex="1">
          <mxGeometry x="150" width="110" height="30" as="geometry">
            <mxRectangle width="110" height="30" as="alternateBounds" />
          </mxGeometry>
        </mxCell>
        <mxCell id="iGPZL47u9nIEh27nGRH2-85" style="shape=tableRow;horizontal=0;startSize=0;swimlaneHead=0;swimlaneBody=0;fillColor=none;collapsible=0;dropTarget=0;points=[[0,0.5],[1,0.5]];portConstraint=eastwest;top=0;left=0;right=0;bottom=0;" parent="iGPZL47u9nIEh27nGRH2-63" vertex="1">
          <mxGeometry y="150" width="260" height="30" as="geometry" />
        </mxCell>
        <mxCell id="iGPZL47u9nIEh27nGRH2-86" style="shape=partialRectangle;connectable=0;fillColor=none;top=0;left=0;bottom=0;right=0;editable=1;overflow=hidden;whiteSpace=wrap;html=1;" parent="iGPZL47u9nIEh27nGRH2-85" vertex="1">
          <mxGeometry width="30" height="30" as="geometry">
            <mxRectangle width="30" height="30" as="alternateBounds" />
          </mxGeometry>
        </mxCell>
        <mxCell id="iGPZL47u9nIEh27nGRH2-87" value="Diagnosis" style="shape=partialRectangle;connectable=0;fillColor=none;top=0;left=0;bottom=0;right=0;align=left;spacingLeft=6;overflow=hidden;whiteSpace=wrap;html=1;" parent="iGPZL47u9nIEh27nGRH2-85" vertex="1">
          <mxGeometry x="30" width="120" height="30" as="geometry">
            <mxRectangle width="120" height="30" as="alternateBounds" />
          </mxGeometry>
        </mxCell>
        <mxCell id="iGPZL47u9nIEh27nGRH2-88" value="nvarchar(200)" style="shape=partialRectangle;connectable=0;fillColor=none;top=0;left=0;bottom=0;right=0;align=left;spacingLeft=6;overflow=hidden;whiteSpace=wrap;html=1;fontStyle=0" parent="iGPZL47u9nIEh27nGRH2-85" vertex="1">
          <mxGeometry x="150" width="110" height="30" as="geometry">
            <mxRectangle width="110" height="30" as="alternateBounds" />
          </mxGeometry>
        </mxCell>
        <mxCell id="iGPZL47u9nIEh27nGRH2-81" style="shape=tableRow;horizontal=0;startSize=0;swimlaneHead=0;swimlaneBody=0;fillColor=none;collapsible=0;dropTarget=0;points=[[0,0.5],[1,0.5]];portConstraint=eastwest;top=0;left=0;right=0;bottom=0;" parent="iGPZL47u9nIEh27nGRH2-63" vertex="1">
          <mxGeometry y="180" width="260" height="30" as="geometry" />
        </mxCell>
        <mxCell id="iGPZL47u9nIEh27nGRH2-82" style="shape=partialRectangle;connectable=0;fillColor=none;top=0;left=0;bottom=0;right=0;editable=1;overflow=hidden;whiteSpace=wrap;html=1;" parent="iGPZL47u9nIEh27nGRH2-81" vertex="1">
          <mxGeometry width="30" height="30" as="geometry">
            <mxRectangle width="30" height="30" as="alternateBounds" />
          </mxGeometry>
        </mxCell>
        <mxCell id="iGPZL47u9nIEh27nGRH2-83" value="Notes" style="shape=partialRectangle;connectable=0;fillColor=none;top=0;left=0;bottom=0;right=0;align=left;spacingLeft=6;overflow=hidden;whiteSpace=wrap;html=1;" parent="iGPZL47u9nIEh27nGRH2-81" vertex="1">
          <mxGeometry x="30" width="120" height="30" as="geometry">
            <mxRectangle width="120" height="30" as="alternateBounds" />
          </mxGeometry>
        </mxCell>
        <mxCell id="iGPZL47u9nIEh27nGRH2-84" value="nvarchar(Max)" style="shape=partialRectangle;connectable=0;fillColor=none;top=0;left=0;bottom=0;right=0;align=left;spacingLeft=6;overflow=hidden;whiteSpace=wrap;html=1;fontStyle=0" parent="iGPZL47u9nIEh27nGRH2-81" vertex="1">
          <mxGeometry x="150" width="110" height="30" as="geometry">
            <mxRectangle width="110" height="30" as="alternateBounds" />
          </mxGeometry>
        </mxCell>
        <mxCell id="iGPZL47u9nIEh27nGRH2-89" style="shape=tableRow;horizontal=0;startSize=0;swimlaneHead=0;swimlaneBody=0;fillColor=none;collapsible=0;dropTarget=0;points=[[0,0.5],[1,0.5]];portConstraint=eastwest;top=0;left=0;right=0;bottom=0;" parent="iGPZL47u9nIEh27nGRH2-63" vertex="1">
          <mxGeometry y="210" width="260" height="30" as="geometry" />
        </mxCell>
        <mxCell id="iGPZL47u9nIEh27nGRH2-90" style="shape=partialRectangle;connectable=0;fillColor=none;top=0;left=0;bottom=0;right=0;editable=1;overflow=hidden;whiteSpace=wrap;html=1;" parent="iGPZL47u9nIEh27nGRH2-89" vertex="1">
          <mxGeometry width="30" height="30" as="geometry">
            <mxRectangle width="30" height="30" as="alternateBounds" />
          </mxGeometry>
        </mxCell>
        <mxCell id="iGPZL47u9nIEh27nGRH2-91" value="TreatmentPlan" style="shape=partialRectangle;connectable=0;fillColor=none;top=0;left=0;bottom=0;right=0;align=left;spacingLeft=6;overflow=hidden;whiteSpace=wrap;html=1;" parent="iGPZL47u9nIEh27nGRH2-89" vertex="1">
          <mxGeometry x="30" width="120" height="30" as="geometry">
            <mxRectangle width="120" height="30" as="alternateBounds" />
          </mxGeometry>
        </mxCell>
        <mxCell id="iGPZL47u9nIEh27nGRH2-92" value="nvarchar(300)" style="shape=partialRectangle;connectable=0;fillColor=none;top=0;left=0;bottom=0;right=0;align=left;spacingLeft=6;overflow=hidden;whiteSpace=wrap;html=1;fontStyle=0" parent="iGPZL47u9nIEh27nGRH2-89" vertex="1">
          <mxGeometry x="150" width="110" height="30" as="geometry">
            <mxRectangle width="110" height="30" as="alternateBounds" />
          </mxGeometry>
        </mxCell>
        <mxCell id="iGPZL47u9nIEh27nGRH2-80" style="edgeStyle=orthogonalEdgeStyle;curved=1;rounded=0;orthogonalLoop=1;jettySize=auto;html=1;exitX=1;exitY=0.5;exitDx=0;exitDy=0;" parent="iGPZL47u9nIEh27nGRH2-63" source="iGPZL47u9nIEh27nGRH2-68" target="iGPZL47u9nIEh27nGRH2-68" edge="1">
          <mxGeometry relative="1" as="geometry" />
        </mxCell>
        <mxCell id="iGPZL47u9nIEh27nGRH2-94" style="edgeStyle=orthogonalEdgeStyle;rounded=0;orthogonalLoop=1;jettySize=auto;html=1;endArrow=ERzeroToMany;endFill=0;startArrow=ERmandOne;startFill=0;" parent="1" source="ILyEDNy95jOWXQAqZEUX-18" target="iGPZL47u9nIEh27nGRH2-68" edge="1">
          <mxGeometry relative="1" as="geometry" />
        </mxCell>
        <mxCell id="iGPZL47u9nIEh27nGRH2-95" style="edgeStyle=orthogonalEdgeStyle;rounded=0;orthogonalLoop=1;jettySize=auto;html=1;entryX=1;entryY=0.5;entryDx=0;entryDy=0;endArrow=ERzeroToMany;endFill=0;startArrow=ERmandOne;startFill=0;" parent="1" source="iGPZL47u9nIEh27nGRH2-2" target="iGPZL47u9nIEh27nGRH2-72" edge="1">
+           <mxGeometry relative="1" as="geometry" />
+         </mxCell>
+         <mxCell id="JO46ZwZghaE8vL2-7zVl-65" value="Appointments" style="shape=table;startSize=30;container=1;collapsible=1;childLayout=tableLayout;fixedRows=1;rowLines=0;fontStyle=1;align=center;resizeLast=1;html=1;labelBackgroundColor=none;fillColor=#f8cecc;strokeColor=#b85450;" vertex="1" parent="1">
+           <mxGeometry x="450" y="-80" width="260" height="270" as="geometry" />
+         </mxCell>
+         <mxCell id="JO46ZwZghaE8vL2-7zVl-66" value="" style="shape=tableRow;horizontal=0;startSize=0;swimlaneHead=0;swimlaneBody=0;fillColor=none;collapsible=0;dropTarget=0;points=[[0,0.5],[1,0.5]];portConstraint=eastwest;top=0;left=0;right=0;bottom=1;" vertex="1" parent="JO46ZwZghaE8vL2-7zVl-65">
+           <mxGeometry y="30" width="260" height="30" as="geometry" />
+         </mxCell>
+         <mxCell id="JO46ZwZghaE8vL2-7zVl-67" value="PK" style="shape=partialRectangle;connectable=0;fillColor=none;top=0;left=0;bottom=0;right=0;fontStyle=1;overflow=hidden;whiteSpace=wrap;html=1;" vertex="1" parent="JO46ZwZghaE8vL2-7zVl-66">
+           <mxGeometry width="30" height="30" as="geometry">
+             <mxRectangle width="30" height="30" as="alternateBounds" />
+           </mxGeometry>
+         </mxCell>
+         <mxCell id="JO46ZwZghaE8vL2-7zVl-68" value="&lt;span style=&quot;text-align: center; text-wrap-mode: nowrap;&quot;&gt;AppointmentID&lt;/span&gt;" style="shape=partialRectangle;connectable=0;fillColor=none;top=0;left=0;bottom=0;right=0;align=left;spacingLeft=6;fontStyle=5;overflow=hidden;whiteSpace=wrap;html=1;" vertex="1" parent="JO46ZwZghaE8vL2-7zVl-66">
+           <mxGeometry x="30" width="130" height="30" as="geometry">
+             <mxRectangle width="130" height="30" as="alternateBounds" />
+           </mxGeometry>
+         </mxCell>
+         <mxCell id="JO46ZwZghaE8vL2-7zVl-69" value="int" style="shape=partialRectangle;connectable=0;fillColor=none;top=0;left=0;bottom=0;right=0;align=left;spacingLeft=6;fontStyle=0;overflow=hidden;whiteSpace=wrap;html=1;" vertex="1" parent="JO46ZwZghaE8vL2-7zVl-66">
+           <mxGeometry x="160" width="100" height="30" as="geometry">
+             <mxRectangle width="100" height="30" as="alternateBounds" />
+           </mxGeometry>
+         </mxCell>
+         <mxCell id="JO46ZwZghaE8vL2-7zVl-70" value="" style="shape=tableRow;horizontal=0;startSize=0;swimlaneHead=0;swimlaneBody=0;fillColor=none;collapsible=0;dropTarget=0;points=[[0,0.5],[1,0.5]];portConstraint=eastwest;top=0;left=0;right=0;bottom=0;" vertex="1" parent="JO46ZwZghaE8vL2-7zVl-65">
+           <mxGeometry y="60" width="260" height="30" as="geometry" />
+         </mxCell>
+         <mxCell id="JO46ZwZghaE8vL2-7zVl-71" value="FK" style="shape=partialRectangle;connectable=0;fillColor=none;top=0;left=0;bottom=0;right=0;editable=1;overflow=hidden;whiteSpace=wrap;html=1;" vertex="1" parent="JO46ZwZghaE8vL2-7zVl-70">
+           <mxGeometry width="30" height="30" as="geometry">
+             <mxRectangle width="30" height="30" as="alternateBounds" />
+           </mxGeometry>
+         </mxCell>
+         <mxCell id="JO46ZwZghaE8vL2-7zVl-72" value="PatientID" style="shape=partialRectangle;connectable=0;fillColor=none;top=0;left=0;bottom=0;right=0;align=left;spacingLeft=6;overflow=hidden;whiteSpace=wrap;html=1;" vertex="1" parent="JO46ZwZghaE8vL2-7zVl-70">
+           <mxGeometry x="30" width="130" height="30" as="geometry">
+             <mxRectangle width="130" height="30" as="alternateBounds" />
+           </mxGeometry>
+         </mxCell>
+         <mxCell id="JO46ZwZghaE8vL2-7zVl-73" value="int" style="shape=partialRectangle;connectable=0;fillColor=none;top=0;left=0;bottom=0;right=0;align=left;spacingLeft=6;overflow=hidden;whiteSpace=wrap;html=1;fontStyle=0" vertex="1" parent="JO46ZwZghaE8vL2-7zVl-70">
+           <mxGeometry x="160" width="100" height="30" as="geometry">
+             <mxRectangle width="100" height="30" as="alternateBounds" />
+           </mxGeometry>
+         </mxCell>
+         <mxCell id="JO46ZwZghaE8vL2-7zVl-74" value="" style="shape=tableRow;horizontal=0;startSize=0;swimlaneHead=0;swimlaneBody=0;fillColor=none;collapsible=0;dropTarget=0;points=[[0,0.5],[1,0.5]];portConstraint=eastwest;top=0;left=0;right=0;bottom=0;" vertex="1" parent="JO46ZwZghaE8vL2-7zVl-65">
+           <mxGeometry y="90" width="260" height="30" as="geometry" />
+         </mxCell>
+         <mxCell id="JO46ZwZghaE8vL2-7zVl-75" value="FK" style="shape=partialRectangle;connectable=0;fillColor=none;top=0;left=0;bottom=0;right=0;editable=1;overflow=hidden;whiteSpace=wrap;html=1;" vertex="1" parent="JO46ZwZghaE8vL2-7zVl-74">
+           <mxGeometry width="30" height="30" as="geometry">
+             <mxRectangle width="30" height="30" as="alternateBounds" />
+           </mxGeometry>
+         </mxCell>
+         <mxCell id="JO46ZwZghaE8vL2-7zVl-76" value="DoctorID" style="shape=partialRectangle;connectable=0;fillColor=none;top=0;left=0;bottom=0;right=0;align=left;spacingLeft=6;overflow=hidden;whiteSpace=wrap;html=1;" vertex="1" parent="JO46ZwZghaE8vL2-7zVl-74">
+           <mxGeometry x="30" width="130" height="30" as="geometry">
+             <mxRectangle width="130" height="30" as="alternateBounds" />
+           </mxGeometry>
+         </mxCell>
+         <mxCell id="JO46ZwZghaE8vL2-7zVl-77" value="int" style="shape=partialRectangle;connectable=0;fillColor=none;top=0;left=0;bottom=0;right=0;align=left;spacingLeft=6;overflow=hidden;whiteSpace=wrap;html=1;fontStyle=0" vertex="1" parent="JO46ZwZghaE8vL2-7zVl-74">
+           <mxGeometry x="160" width="100" height="30" as="geometry">
+             <mxRectangle width="100" height="30" as="alternateBounds" />
+           </mxGeometry>
+         </mxCell>
+         <mxCell id="JO46ZwZghaE8vL2-7zVl-78" value="" style="shape=tableRow;horizontal=0;startSize=0;swimlaneHead=0;swimlaneBody=0;fillColor=none;collapsible=0;dropTarget=0;points=[[0,0.5],[1,0.5]];portConstraint=eastwest;top=0;left=0;right=0;bottom=0;" vertex="1" parent="JO46ZwZghaE8vL2-7zVl-65">
+           <mxGeometry y="120" width="260" height="30" as="geometry" />
+         </mxCell>
+         <mxCell id="JO46ZwZghaE8vL2-7zVl-79" value="" style="shape=partialRectangle;connectable=0;fillColor=none;top=0;left=0;bottom=0;right=0;editable=1;overflow=hidden;whiteSpace=wrap;html=1;" vertex="1" parent="JO46ZwZghaE8vL2-7zVl-78">
+           <mxGeometry width="30" height="30" as="geometry">
+             <mxRectangle width="30" height="30" as="alternateBounds" />
+           </mxGeometry>
+         </mxCell>
+         <mxCell id="JO46ZwZghaE8vL2-7zVl-80" value="AppointmentDateTime" style="shape=partialRectangle;connectable=0;fillColor=none;top=0;left=0;bottom=0;right=0;align=left;spacingLeft=6;overflow=hidden;whiteSpace=wrap;html=1;" vertex="1" parent="JO46ZwZghaE8vL2-7zVl-78">
+           <mxGeometry x="30" width="130" height="30" as="geometry">
+             <mxRectangle width="130" height="30" as="alternateBounds" />
+           </mxGeometry>
+         </mxCell>
+         <mxCell id="JO46ZwZghaE8vL2-7zVl-81" value="datetime" style="shape=partialRectangle;connectable=0;fillColor=none;top=0;left=0;bottom=0;right=0;align=left;spacingLeft=6;overflow=hidden;whiteSpace=wrap;html=1;fontStyle=0" vertex="1" parent="JO46ZwZghaE8vL2-7zVl-78">
+           <mxGeometry x="160" width="100" height="30" as="geometry">
+             <mxRectangle width="100" height="30" as="alternateBounds" />
+           </mxGeometry>
+         </mxCell>
+         <mxCell id="JO46ZwZghaE8vL2-7zVl-82" style="shape=tableRow;horizontal=0;startSize=0;swimlaneHead=0;swimlaneBody=0;fillColor=none;collapsible=0;dropTarget=0;points=[[0,0.5],[1,0.5]];portConstraint=eastwest;top=0;left=0;right=0;bottom=0;" vertex="1" parent="JO46ZwZghaE8vL2-7zVl-65">
+           <mxGeometry y="150" width="260" height="30" as="geometry" />
+         </mxCell>
+         <mxCell id="JO46ZwZghaE8vL2-7zVl-83" style="shape=partialRectangle;connectable=0;fillColor=none;top=0;left=0;bottom=0;right=0;editable=1;overflow=hidden;whiteSpace=wrap;html=1;" vertex="1" parent="JO46ZwZghaE8vL2-7zVl-82">
+           <mxGeometry width="30" height="30" as="geometry">
+             <mxRectangle width="30" height="30" as="alternateBounds" />
+           </mxGeometry>
+         </mxCell>
+         <mxCell id="JO46ZwZghaE8vL2-7zVl-84" value="Status" style="shape=partialRectangle;connectable=0;fillColor=none;top=0;left=0;bottom=0;right=0;align=left;spacingLeft=6;overflow=hidden;whiteSpace=wrap;html=1;" vertex="1" parent="JO46ZwZghaE8vL2-7zVl-82">
+           <mxGeometry x="30" width="130" height="30" as="geometry">
+             <mxRectangle width="130" height="30" as="alternateBounds" />
+           </mxGeometry>
+         </mxCell>
+         <mxCell id="JO46ZwZghaE8vL2-7zVl-85" value="tinyint" style="shape=partialRectangle;connectable=0;fillColor=none;top=0;left=0;bottom=0;right=0;align=left;spacingLeft=6;overflow=hidden;whiteSpace=wrap;html=1;fontStyle=0" vertex="1" parent="JO46ZwZghaE8vL2-7zVl-82">
+           <mxGeometry x="160" width="100" height="30" as="geometry">
+             <mxRectangle width="100" height="30" as="alternateBounds" />
+           </mxGeometry>
+         </mxCell>
+         <mxCell id="JO46ZwZghaE8vL2-7zVl-86" style="shape=tableRow;horizontal=0;startSize=0;swimlaneHead=0;swimlaneBody=0;fillColor=none;collapsible=0;dropTarget=0;points=[[0,0.5],[1,0.5]];portConstraint=eastwest;top=0;left=0;right=0;bottom=0;" vertex="1" parent="JO46ZwZghaE8vL2-7zVl-65">
+           <mxGeometry y="180" width="260" height="30" as="geometry" />
+         </mxCell>
+         <mxCell id="JO46ZwZghaE8vL2-7zVl-87" style="shape=partialRectangle;connectable=0;fillColor=none;top=0;left=0;bottom=0;right=0;editable=1;overflow=hidden;whiteSpace=wrap;html=1;" vertex="1" parent="JO46ZwZghaE8vL2-7zVl-86">
+           <mxGeometry width="30" height="30" as="geometry">
+             <mxRectangle width="30" height="30" as="alternateBounds" />
+           </mxGeometry>
+         </mxCell>
+         <mxCell id="JO46ZwZghaE8vL2-7zVl-88" value="Reason" style="shape=partialRectangle;connectable=0;fillColor=none;top=0;left=0;bottom=0;right=0;align=left;spacingLeft=6;overflow=hidden;whiteSpace=wrap;html=1;" vertex="1" parent="JO46ZwZghaE8vL2-7zVl-86">
+           <mxGeometry x="30" width="130" height="30" as="geometry">
+             <mxRectangle width="130" height="30" as="alternateBounds" />
+           </mxGeometry>
+         </mxCell>
+         <mxCell id="JO46ZwZghaE8vL2-7zVl-89" value="nvarchar(200)" style="shape=partialRectangle;connectable=0;fillColor=none;top=0;left=0;bottom=0;right=0;align=left;spacingLeft=6;overflow=hidden;whiteSpace=wrap;html=1;fontStyle=0" vertex="1" parent="JO46ZwZghaE8vL2-7zVl-86">
+           <mxGeometry x="160" width="100" height="30" as="geometry">
+             <mxRectangle width="100" height="30" as="alternateBounds" />
+           </mxGeometry>
+         </mxCell>
+         <mxCell id="JO46ZwZghaE8vL2-7zVl-90" style="shape=tableRow;horizontal=0;startSize=0;swimlaneHead=0;swimlaneBody=0;fillColor=none;collapsible=0;dropTarget=0;points=[[0,0.5],[1,0.5]];portConstraint=eastwest;top=0;left=0;right=0;bottom=0;" vertex="1" parent="JO46ZwZghaE8vL2-7zVl-65">
+           <mxGeometry y="210" width="260" height="30" as="geometry" />
+         </mxCell>
+         <mxCell id="JO46ZwZghaE8vL2-7zVl-91" style="shape=partialRectangle;connectable=0;fillColor=none;top=0;left=0;bottom=0;right=0;editable=1;overflow=hidden;whiteSpace=wrap;html=1;" vertex="1" parent="JO46ZwZghaE8vL2-7zVl-90">
+           <mxGeometry width="30" height="30" as="geometry">
+             <mxRectangle width="30" height="30" as="alternateBounds" />
+           </mxGeometry>
+         </mxCell>
+         <mxCell id="JO46ZwZghaE8vL2-7zVl-92" value="Notes" style="shape=partialRectangle;connectable=0;fillColor=none;top=0;left=0;bottom=0;right=0;align=left;spacingLeft=6;overflow=hidden;whiteSpace=wrap;html=1;" vertex="1" parent="JO46ZwZghaE8vL2-7zVl-90">
+           <mxGeometry x="30" width="130" height="30" as="geometry">
+             <mxRectangle width="130" height="30" as="alternateBounds" />
+           </mxGeometry>
+         </mxCell>
+         <mxCell id="JO46ZwZghaE8vL2-7zVl-93" value="nvarchar(MAX)" style="shape=partialRectangle;connectable=0;fillColor=none;top=0;left=0;bottom=0;right=0;align=left;spacingLeft=6;overflow=hidden;whiteSpace=wrap;html=1;fontStyle=0" vertex="1" parent="JO46ZwZghaE8vL2-7zVl-90">
+           <mxGeometry x="160" width="100" height="30" as="geometry">
+             <mxRectangle width="100" height="30" as="alternateBounds" />
+           </mxGeometry>
+         </mxCell>
+         <mxCell id="JO46ZwZghaE8vL2-7zVl-97" style="shape=tableRow;horizontal=0;startSize=0;swimlaneHead=0;swimlaneBody=0;fillColor=none;collapsible=0;dropTarget=0;points=[[0,0.5],[1,0.5]];portConstraint=eastwest;top=0;left=0;right=0;bottom=0;" vertex="1" parent="JO46ZwZghaE8vL2-7zVl-65">
+           <mxGeometry y="240" width="260" height="30" as="geometry" />
+         </mxCell>
+         <mxCell id="JO46ZwZghaE8vL2-7zVl-98" style="shape=partialRectangle;connectable=0;fillColor=none;top=0;left=0;bottom=0;right=0;editable=1;overflow=hidden;whiteSpace=wrap;html=1;" vertex="1" parent="JO46ZwZghaE8vL2-7zVl-97">
+           <mxGeometry width="30" height="30" as="geometry">
+             <mxRectangle width="30" height="30" as="alternateBounds" />
+           </mxGeometry>
+         </mxCell>
+         <mxCell id="JO46ZwZghaE8vL2-7zVl-99" value="CreateDate" style="shape=partialRectangle;connectable=0;fillColor=none;top=0;left=0;bottom=0;right=0;align=left;spacingLeft=6;overflow=hidden;whiteSpace=wrap;html=1;" vertex="1" parent="JO46ZwZghaE8vL2-7zVl-97">
+           <mxGeometry x="30" width="130" height="30" as="geometry">
+             <mxRectangle width="130" height="30" as="alternateBounds" />
+           </mxGeometry>
+         </mxCell>
+         <mxCell id="JO46ZwZghaE8vL2-7zVl-100" value="datetime" style="shape=partialRectangle;connectable=0;fillColor=none;top=0;left=0;bottom=0;right=0;align=left;spacingLeft=6;overflow=hidden;whiteSpace=wrap;html=1;fontStyle=0" vertex="1" parent="JO46ZwZghaE8vL2-7zVl-97">
+           <mxGeometry x="160" width="100" height="30" as="geometry">
+             <mxRectangle width="100" height="30" as="alternateBounds" />
+           </mxGeometry>
+         </mxCell>
+         <mxCell id="JO46ZwZghaE8vL2-7zVl-94" style="edgeStyle=orthogonalEdgeStyle;curved=1;rounded=0;orthogonalLoop=1;jettySize=auto;html=1;exitX=1;exitY=0.5;exitDx=0;exitDy=0;" edge="1" parent="JO46ZwZghaE8vL2-7zVl-65" source="JO46ZwZghaE8vL2-7zVl-70" target="JO46ZwZghaE8vL2-7zVl-70">
+           <mxGeometry relative="1" as="geometry" />
+         </mxCell>
+         <mxCell id="JO46ZwZghaE8vL2-7zVl-95" style="edgeStyle=orthogonalEdgeStyle;rounded=0;orthogonalLoop=1;jettySize=auto;html=1;exitX=1;exitY=0.5;exitDx=0;exitDy=0;entryX=0;entryY=0.5;entryDx=0;entryDy=0;endArrow=ERzeroToMany;endFill=0;startArrow=ERmandOne;startFill=0;" edge="1" parent="1" source="ILyEDNy95jOWXQAqZEUX-18" target="JO46ZwZghaE8vL2-7zVl-70">
+           <mxGeometry relative="1" as="geometry" />
+         </mxCell>
+         <mxCell id="JO46ZwZghaE8vL2-7zVl-96" style="edgeStyle=orthogonalEdgeStyle;rounded=0;orthogonalLoop=1;jettySize=auto;html=1;exitX=0;exitY=0.5;exitDx=0;exitDy=0;endArrow=ERzeroToMany;endFill=0;startArrow=ERmandOne;startFill=0;" edge="1" parent="1" source="iGPZL47u9nIEh27nGRH2-2" target="JO46ZwZghaE8vL2-7zVl-74">
          <mxGeometry relative="1" as="geometry" />
        </mxCell>
      </root>
    </mxGraphModel>
  </diagram>
</mxfile>
